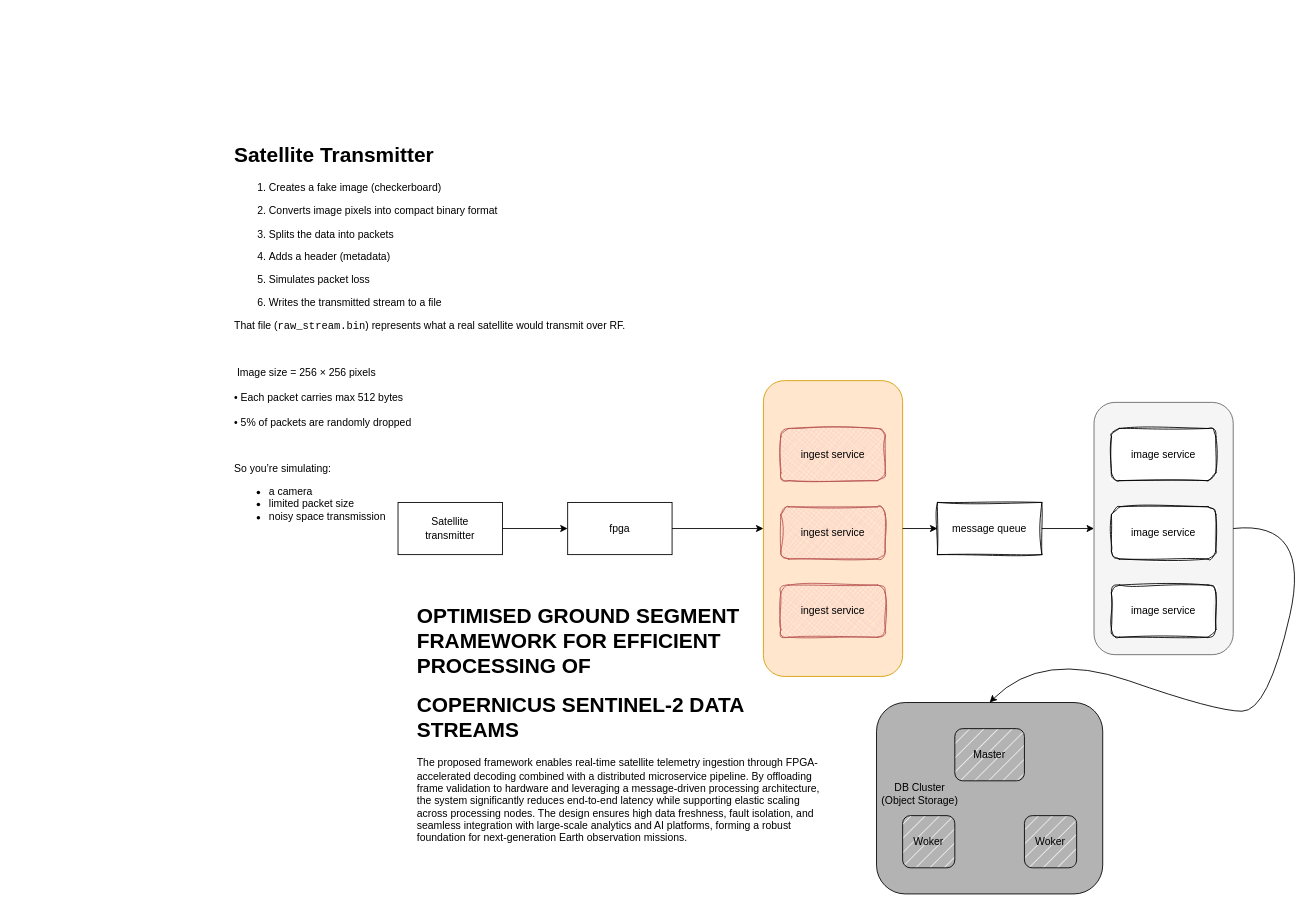
Above: SA1.drawio in brilliantnarlo/system-design (draw.io), before the change. Source tidied: cells renumbered, new cells numbered last; positions are measured from the earlier drawing's top-left corner, leaving out a move shared by most shapes. Both pictures are drawn from the tidied source at 87%, with x=0, y=0 at pixel (232, 137).
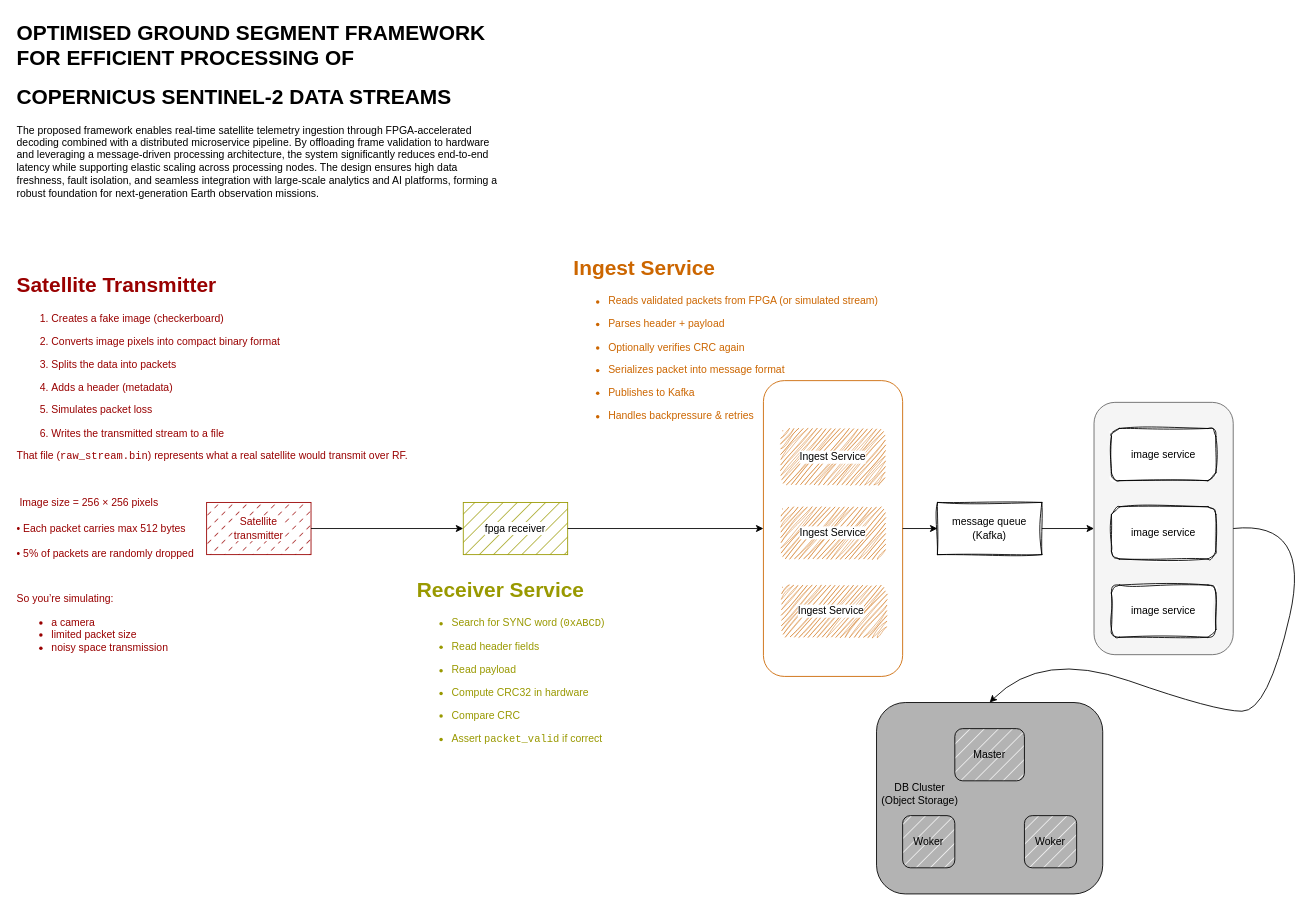
The same page after the edit.

Change to the diagram source:
```diff
@@
+    <mxCell id="3" style="rounded=1;whiteSpace=wrap;html=1;fillColor=none;strokeColor=#CC6600;fillStyle=cross-hatch;" parent="1" vertex="1">
+      <mxGeometry x="610" y="280" width="160" height="340" as="geometry" />
+    </mxCell>
@@
-    <mxCell id="3" style="rounded=1;whiteSpace=wrap;html=1;fillColor=#ffe6cc;strokeColor=#d79b00;" parent="1" vertex="1">
-      <mxGeometry x="610" y="280" width="160" height="340" as="geometry" />
-    </mxCell>
-    <mxCell id="4" value="Satellite&lt;div&gt;transmitter&lt;/div&gt;" style="rounded=0;whiteSpace=wrap;html=1;" parent="1" vertex="1">
-      <mxGeometry x="190" y="420" width="120" height="60" as="geometry" />
+    <mxCell id="4" value="Satellite&lt;div&gt;transmitter&lt;/div&gt;" style="rounded=0;whiteSpace=wrap;html=1;fillColor=#990000;fillStyle=dashed;strokeColor=#990000;fontColor=#990000;labelBackgroundColor=default;labelBorderColor=none;" parent="1" vertex="1">
+      <mxGeometry x="-30" y="420" width="120" height="60" as="geometry" />
     </mxCell>
-    <mxCell id="5" value="fpga" style="rounded=0;whiteSpace=wrap;html=1;" parent="1" vertex="1">
-      <mxGeometry x="385" y="420" width="120" height="60" as="geometry" />
+    <mxCell id="5" value="fpga receiver" style="rounded=0;whiteSpace=wrap;html=1;strokeColor=#999900;fillColor=#999900;labelBackgroundColor=default;fillStyle=hatch;" parent="1" vertex="1">
+      <mxGeometry x="265" y="420" width="120" height="60" as="geometry" />
     </mxCell>
@@
-    <mxCell id="7" value="ingest service" style="rounded=1;whiteSpace=wrap;html=1;fillStyle=cross-hatch;strokeColor=#b85450;sketch=1;curveFitting=1;jiggle=2;fillColor=#f8cecc;" parent="1" vertex="1">
-      <mxGeometry x="630" y="335" width="120" height="60" as="geometry" />
+    <mxCell id="7" style="rounded=1;whiteSpace=wrap;html=1;fillStyle=hachure;strokeColor=none;sketch=1;curveFitting=1;jiggle=2;fillColor=#CC6600;" parent="1" vertex="1">
+      <mxGeometry x="630" y="335" width="120" height="65" as="geometry" />
     </mxCell>
-    <mxCell id="8" value="ingest service" style="rounded=1;whiteSpace=wrap;html=1;fillStyle=cross-hatch;strokeColor=#b85450;glass=0;shadow=0;sketch=1;curveFitting=1;jiggle=2;fillColor=#f8cecc;" parent="1" vertex="1">
+    <mxCell id="8" style="rounded=1;whiteSpace=wrap;html=1;fillStyle=hachure;strokeColor=none;glass=0;shadow=0;sketch=1;curveFitting=1;jiggle=2;fillColor=#CC6600;" parent="1" vertex="1">
       <mxGeometry x="630" y="425" width="120" height="60" as="geometry" />
     </mxCell>
-    <mxCell id="9" value="ingest service" style="rounded=1;whiteSpace=wrap;html=1;fillStyle=cross-hatch;fillColor=#f8cecc;strokeColor=#b85450;sketch=1;curveFitting=1;jiggle=2;" parent="1" vertex="1">
+    <mxCell id="9" style="rounded=1;whiteSpace=wrap;html=1;fillStyle=hachure;sketch=1;curveFitting=1;jiggle=2;fillColor=#CC6600;fontColor=#333333;strokeColor=none;" parent="1" vertex="1">
       <mxGeometry x="630" y="515" width="120" height="60" as="geometry" />
     </mxCell>
@@
-    <mxCell id="11" value="message queue" style="rounded=0;whiteSpace=wrap;html=1;sketch=1;curveFitting=1;jiggle=2;glass=0;" parent="1" vertex="1">
+    <mxCell id="11" value="message queue (Kafka)" style="rounded=0;whiteSpace=wrap;html=1;sketch=1;curveFitting=1;jiggle=2;glass=0;" parent="1" vertex="1">
       <mxGeometry x="810" y="420" width="120" height="60" as="geometry" />
     </mxCell>
@@
     <mxCell id="23" value="&lt;h1 style=&quot;margin-top: 0px;&quot;&gt;OPTIMISED GROUND SEGMENT FRAMEWORK FOR EFFICIENT PROCESSING OF&lt;/h1&gt;&lt;h1 style=&quot;margin-top: 0px;&quot;&gt;COPERNICUS SENTINEL-2 DATA STREAMS&lt;/h1&gt;&lt;p&gt;The proposed framework enables real-time satellite telemetry ingestion through FPGA-accelerated decoding combined with a distributed microservice pipeline. By offloading frame validation to hardware and leveraging a message-driven processing architecture, the system significantly reduces end-to-end latency while supporting elastic scaling across processing nodes. The design ensures high data freshness, fault isolation, and seamless integration with large-scale analytics and AI platforms, forming a robust foundation for next-generation Earth observation missions.&lt;/p&gt;" style="text;html=1;whiteSpace=wrap;overflow=hidden;rounded=0;" parent="1" vertex="1">
-      <mxGeometry x="210" y="530" width="470" height="310" as="geometry" />
+      <mxGeometry x="-250" y="-140" width="555" height="240" as="geometry" />
     </mxCell>
-    <mxCell id="24" value="&lt;h1 style=&quot;margin-top: 0px;&quot;&gt;Satellite Transmitter&lt;/h1&gt;&lt;ol&gt;&lt;li&gt;&lt;p&gt;Creates a fake image (checkerboard)&lt;/p&gt;&lt;/li&gt;&lt;li&gt;&lt;p&gt;Converts image pixels into compact binary format&lt;/p&gt;&lt;/li&gt;&lt;li&gt;&lt;p&gt;Splits the data into packets&lt;/p&gt;&lt;/li&gt;&lt;li&gt;&lt;p&gt;Adds a header (metadata)&lt;/p&gt;&lt;/li&gt;&lt;li&gt;&lt;p&gt;Simulates packet loss&lt;/p&gt;&lt;/li&gt;&lt;li&gt;&lt;p&gt;&lt;span style=&quot;background-color: transparent; color: light-dark(rgb(0, 0, 0), rgb(255, 255, 255));&quot;&gt;Writes the transmitted stream to a file&lt;/span&gt;&lt;/p&gt;&lt;/li&gt;&lt;/ol&gt;&lt;p&gt;That file (&lt;code&gt;raw_stream.bin&lt;/code&gt;) represents what a real satellite would transmit over RF.&lt;/p&gt;&lt;p&gt;&lt;br&gt;&lt;/p&gt;&lt;p&gt;&amp;nbsp;Image size = 256 × 256 pixels&lt;br&gt;&lt;br&gt;• Each packet carries max 512 bytes&lt;br&gt;&lt;br&gt;• 5% of packets are randomly dropped&lt;/p&gt;&lt;p&gt;&lt;br&gt;&lt;/p&gt;&lt;p&gt;So you’re simulating:&lt;/p&gt;&lt;ul&gt;&lt;li&gt;&lt;span style=&quot;background-color: transparent; color: light-dark(rgb(0, 0, 0), rgb(255, 255, 255));&quot;&gt;a camera&lt;/span&gt;&lt;/li&gt;&lt;li&gt;&lt;span style=&quot;background-color: transparent; color: light-dark(rgb(0, 0, 0), rgb(255, 255, 255));&quot;&gt;limited packet size&lt;/span&gt;&lt;/li&gt;&lt;li&gt;&lt;span style=&quot;background-color: transparent; color: light-dark(rgb(0, 0, 0), rgb(255, 255, 255));&quot;&gt;noisy space transmission&lt;/span&gt;&lt;/li&gt;&lt;br&gt;&lt;/ul&gt;" style="text;html=1;whiteSpace=wrap;overflow=hidden;rounded=0;fillColor=none;strokeColor=none;" parent="1" vertex="1">
-      <mxGeometry width="470" height="470" as="geometry" />
+    <mxCell id="24" value="&lt;h1 style=&quot;margin-top: 0px;&quot;&gt;Satellite Transmitter&lt;/h1&gt;&lt;ol&gt;&lt;li&gt;&lt;p&gt;Creates a fake image (checkerboard)&lt;/p&gt;&lt;/li&gt;&lt;li&gt;&lt;p&gt;Converts image pixels into compact binary format&lt;/p&gt;&lt;/li&gt;&lt;li&gt;&lt;p&gt;Splits the data into packets&lt;/p&gt;&lt;/li&gt;&lt;li&gt;&lt;p&gt;Adds a header (metadata)&lt;/p&gt;&lt;/li&gt;&lt;li&gt;&lt;p&gt;Simulates packet loss&lt;/p&gt;&lt;/li&gt;&lt;li&gt;&lt;p&gt;&lt;span style=&quot;background-color: transparent;&quot;&gt;Writes the transmitted stream to a file&lt;/span&gt;&lt;/p&gt;&lt;/li&gt;&lt;/ol&gt;&lt;p&gt;That file (&lt;code&gt;raw_stream.bin&lt;/code&gt;) represents what a real satellite would transmit over RF.&lt;/p&gt;&lt;p&gt;&lt;br&gt;&lt;/p&gt;&lt;p&gt;&amp;nbsp;Image size = 256 × 256 pixels&lt;br&gt;&lt;br&gt;• Each packet carries max 512 bytes&lt;br&gt;&lt;br&gt;• 5% of packets are randomly dropped&lt;/p&gt;&lt;p&gt;&lt;br&gt;&lt;/p&gt;&lt;p&gt;So you’re simulating:&lt;/p&gt;&lt;ul&gt;&lt;li&gt;&lt;span style=&quot;background-color: transparent;&quot;&gt;a camera&lt;/span&gt;&lt;/li&gt;&lt;li&gt;&lt;span style=&quot;background-color: transparent;&quot;&gt;limited packet size&lt;/span&gt;&lt;/li&gt;&lt;li&gt;&lt;span style=&quot;background-color: transparent;&quot;&gt;noisy space transmission&lt;/span&gt;&lt;/li&gt;&lt;br&gt;&lt;/ul&gt;" style="text;html=1;whiteSpace=wrap;overflow=hidden;rounded=0;fillColor=none;strokeColor=none;fontColor=#990000;" parent="1" vertex="1">
+      <mxGeometry x="-250" y="150" width="470" height="470" as="geometry" />
     </mxCell>
+    <mxCell id="25" value="&lt;h1 style=&quot;margin-top: 0px;&quot;&gt;Ingest Service&lt;/h1&gt;&lt;div&gt;&lt;ul&gt;&lt;li&gt;&lt;p&gt;Reads validated packets from FPGA (or simulated stream)&lt;/p&gt;&lt;/li&gt;&lt;li&gt;&lt;p&gt;Parses header + payload&lt;/p&gt;&lt;/li&gt;&lt;li&gt;&lt;p&gt;Optionally verifies CRC again&lt;/p&gt;&lt;/li&gt;&lt;li&gt;&lt;p&gt;Serializes packet into message format&lt;/p&gt;&lt;/li&gt;&lt;li&gt;&lt;p&gt;Publishes to Kafka&lt;/p&gt;&lt;/li&gt;&lt;li&gt;&lt;p&gt;Handles backpressure &amp;amp; retries&lt;/p&gt;&lt;/li&gt;&lt;/ul&gt;&lt;div&gt;&lt;br&gt;&lt;/div&gt;&lt;div&gt;&lt;br&gt;&lt;/div&gt;&lt;div&gt;&lt;br&gt;&lt;/div&gt;&lt;br&gt;&lt;br&gt;&lt;br&gt;&lt;br&gt;&lt;br&gt;&lt;/div&gt;&lt;ul&gt;&lt;br&gt;&lt;/ul&gt;" style="text;html=1;whiteSpace=wrap;overflow=hidden;rounded=0;fillColor=none;strokeColor=none;fontStyle=0;fontColor=#CC6600;" parent="1" vertex="1">
+      <mxGeometry x="390" y="130" width="470" height="230" as="geometry" />
+    </mxCell>
+    <mxCell id="26" value="&lt;h1 style=&quot;margin-top: 0px;&quot;&gt;Receiver Service&lt;/h1&gt;&lt;div&gt;&lt;ul&gt;&lt;li&gt;&lt;p&gt;Search for SYNC word (&lt;code&gt;0xABCD&lt;/code&gt;)&lt;/p&gt;&lt;/li&gt;&lt;li&gt;&lt;p&gt;Read header fields&lt;/p&gt;&lt;/li&gt;&lt;li&gt;&lt;p&gt;Read payload&lt;/p&gt;&lt;/li&gt;&lt;li&gt;&lt;p&gt;Compute CRC32 in hardware&lt;/p&gt;&lt;/li&gt;&lt;li&gt;&lt;p&gt;Compare CRC&lt;/p&gt;&lt;/li&gt;&lt;li&gt;&lt;p&gt;Assert &lt;code&gt;packet_valid&lt;/code&gt; if correct&lt;/p&gt;&lt;/li&gt;&lt;/ul&gt;&lt;br&gt;&lt;br&gt;&lt;br&gt;&lt;br&gt;&lt;br&gt;&lt;/div&gt;&lt;div&gt;&lt;div&gt;&lt;br&gt;&lt;/div&gt;&lt;div&gt;&lt;br&gt;&lt;/div&gt;&lt;div&gt;&lt;br&gt;&lt;/div&gt;&lt;br&gt;&lt;br&gt;&lt;br&gt;&lt;br&gt;&lt;br&gt;&lt;/div&gt;&lt;ul&gt;&lt;br&gt;&lt;/ul&gt;" style="text;html=1;whiteSpace=wrap;overflow=hidden;rounded=0;fillColor=none;strokeColor=none;fontColor=#999900;" parent="1" vertex="1">
+      <mxGeometry x="210" y="500" width="240" height="250" as="geometry" />
+    </mxCell>
+    <mxCell id="27" value="Ingest Service" style="text;html=1;whiteSpace=wrap;strokeColor=none;fillColor=none;align=center;verticalAlign=middle;rounded=0;labelBackgroundColor=default;" parent="1" vertex="1">
+      <mxGeometry x="645" y="352.5" width="90" height="30" as="geometry" />
+    </mxCell>
+    <mxCell id="28" value="Ingest Service" style="text;html=1;whiteSpace=wrap;strokeColor=none;fillColor=none;align=center;verticalAlign=middle;rounded=0;labelBackgroundColor=default;" parent="1" vertex="1">
+      <mxGeometry x="645" y="440" width="90" height="30" as="geometry" />
+    </mxCell>
+    <mxCell id="29" value="Ingest Service" style="text;html=1;whiteSpace=wrap;strokeColor=none;fillColor=none;align=center;verticalAlign=middle;rounded=0;labelBackgroundColor=default;" parent="1" vertex="1">
+      <mxGeometry x="642.5" y="530" width="90" height="30" as="geometry" />
+    </mxCell>
```
